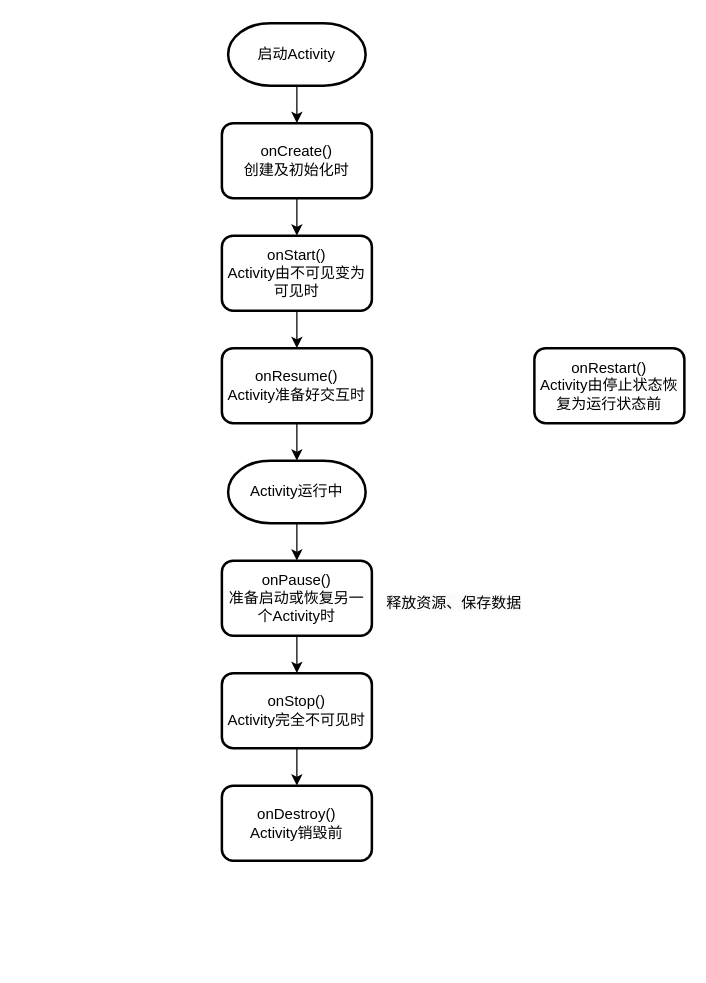
kafmws/pictures keeps this draw.io diagram as notes/Activity生命周期.drawio. Above is the earlier version. Source tidied: cells renumbered, new cells numbered last; positions are measured from the earlier drawing's top-left corner, leaving out a move shared by most shapes. Both pictures are drawn from the tidied source at 125%, with x=0, y=0 at pixel (221, 22).
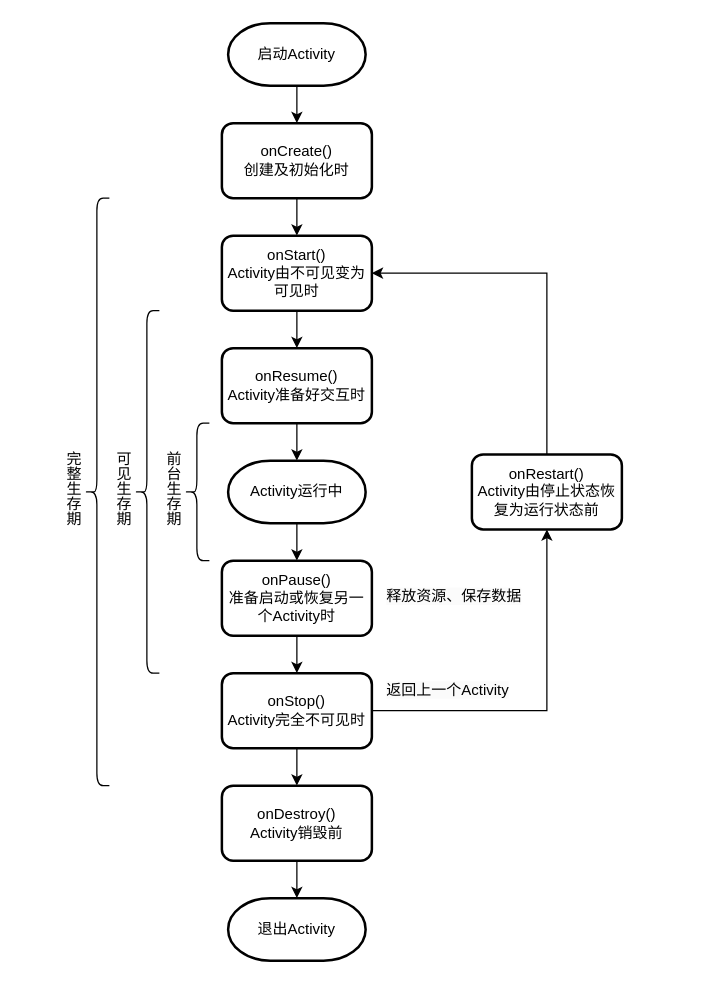
The same diagram, later.

Commit message:
更新Activity生命周期.drawio

Unchanged cells that the change refers to:
```xml
<mxCell id="7" value="onStart()&lt;br&gt;Activity由不可见变为可见时" style="rounded=1;whiteSpace=wrap;html=1;strokeWidth=2;" parent="1" vertex="1">
  <mxGeometry y="170" width="120" height="60" as="geometry" />
</mxCell>
<mxCell id="13" value="onStop()&lt;br&gt;Activity完全不可见时" style="rounded=1;whiteSpace=wrap;html=1;strokeWidth=2;" parent="1" vertex="1">
  <mxGeometry y="520" width="120" height="60" as="geometry" />
</mxCell>
<mxCell id="15" value="onDestroy()&lt;br&gt;Activity销毁前" style="rounded=1;whiteSpace=wrap;html=1;strokeWidth=2;" parent="1" vertex="1">
  <mxGeometry y="610" width="120" height="60" as="geometry" />
</mxCell>
```

The edit, as a diff of the source:
```diff
@@
+    <mxCell id="19" style="edgeStyle=orthogonalEdgeStyle;rounded=0;jettySize=auto;html=1;exitX=1;exitY=0.5;exitDx=0;exitDy=0;entryX=0.5;entryY=1;entryDx=0;entryDy=0;" parent="1" edge="1" source="13" target="16">
+      <mxGeometry relative="1" as="geometry" />
+    </mxCell>
@@
     <mxCell id="14" value="&lt;span style=&quot;color: rgb(0, 0, 0); font-family: Helvetica; font-size: 12px; font-style: normal; font-variant-ligatures: normal; font-variant-caps: normal; font-weight: 400; letter-spacing: normal; orphans: 2; text-align: center; text-indent: 0px; text-transform: none; widows: 2; word-spacing: 0px; -webkit-text-stroke-width: 0px; white-space: normal; background-color: rgb(251, 251, 251); text-decoration-thickness: initial; text-decoration-style: initial; text-decoration-color: initial; display: inline !important; float: none;&quot;&gt;释放资源、保存数据&lt;/span&gt;" style="text;whiteSpace=wrap;html=1;" parent="1" vertex="1">
-      <mxGeometry x="130" y="450" width="140" height="30" as="geometry" />
+      <mxGeometry x="130" y="445" width="140" height="30" as="geometry" />
     </mxCell>
@@
+    <mxCell id="20" style="edgeStyle=orthogonalEdgeStyle;rounded=0;jettySize=auto;html=1;exitX=0.5;exitY=0;exitDx=0;exitDy=0;entryX=1;entryY=0.5;entryDx=0;entryDy=0;" parent="1" edge="1" source="16" target="7">
+      <mxGeometry relative="1" as="geometry" />
+    </mxCell>
     <mxCell id="16" value="onRestart()&lt;br&gt;Activity由停止状态恢复为运行状态前" style="rounded=1;whiteSpace=wrap;html=1;strokeWidth=2;" parent="1" vertex="1">
-      <mxGeometry x="250" y="260" width="120" height="60" as="geometry" />
+      <mxGeometry x="200" y="345" width="120" height="60" as="geometry" />
     </mxCell>
@@
+    <mxCell id="21" value="退出Activity" style="strokeWidth=2;html=1;shape=mxgraph.flowchart.terminator;whiteSpace=wrap;" parent="1" vertex="1">
+      <mxGeometry x="5" y="700" width="110" height="50" as="geometry" />
+    </mxCell>
+    <mxCell id="22" style="edgeStyle=orthogonalEdgeStyle;rounded=0;jettySize=auto;html=1;exitX=0.5;exitY=1;exitDx=0;exitDy=0;entryX=0.5;entryY=0;entryDx=0;entryDy=0;entryPerimeter=0;" parent="1" edge="1" source="15" target="21">
+      <mxGeometry relative="1" as="geometry" />
+    </mxCell>
+    <mxCell id="23" value="可见生存期" style="text;html=1;align=center;verticalAlign=middle;strokeColor=none;fillColor=none;textDirection=vertical-lr;" parent="1" vertex="1">
+      <mxGeometry x="-120" y="370" width="80" height="30" as="geometry" />
+    </mxCell>
+    <mxCell id="24" value="前台生存期" style="text;html=1;align=center;verticalAlign=middle;strokeColor=none;fillColor=none;textDirection=vertical-lr;" parent="1" vertex="1">
+      <mxGeometry x="-80" y="370" width="80" height="30" as="geometry" />
+    </mxCell>
+    <mxCell id="25" style="shape=curlyBracket;whiteSpace=wrap;html=1;rounded=1;flipH=1;labelPosition=right;verticalLabelPosition=middle;align=left;verticalAlign=middle;rotation=-180;" parent="1" vertex="1">
+      <mxGeometry x="-30" y="320" width="20" height="110" as="geometry" />
+    </mxCell>
+    <mxCell id="26" style="shape=curlyBracket;whiteSpace=wrap;html=1;rounded=1;flipH=1;labelPosition=right;verticalLabelPosition=middle;align=left;verticalAlign=middle;rotation=-180;" parent="1" vertex="1">
+      <mxGeometry x="-70" y="230" width="20" height="290" as="geometry" />
+    </mxCell>
+    <mxCell id="27" style="shape=curlyBracket;whiteSpace=wrap;html=1;rounded=1;flipH=1;labelPosition=right;verticalLabelPosition=middle;align=left;verticalAlign=middle;rotation=-180;" parent="1" vertex="1">
+      <mxGeometry x="-110" y="140" width="20" height="470" as="geometry" />
+    </mxCell>
+    <mxCell id="28" value="完整生存期" style="text;html=1;align=center;verticalAlign=middle;strokeColor=none;fillColor=none;textDirection=vertical-lr;" parent="1" vertex="1">
+      <mxGeometry x="-160" y="370" width="80" height="30" as="geometry" />
+    </mxCell>
+    <mxCell id="29" value="&lt;span style=&quot;color: rgb(0, 0, 0); font-family: Helvetica; font-size: 12px; font-style: normal; font-variant-ligatures: normal; font-variant-caps: normal; font-weight: 400; letter-spacing: normal; orphans: 2; text-align: center; text-indent: 0px; text-transform: none; widows: 2; word-spacing: 0px; -webkit-text-stroke-width: 0px; white-space: normal; background-color: rgb(251, 251, 251); text-decoration-thickness: initial; text-decoration-style: initial; text-decoration-color: initial; float: none; display: inline !important;&quot;&gt;返回上一个Activity&lt;/span&gt;" style="text;whiteSpace=wrap;html=1;" parent="1" vertex="1">
+      <mxGeometry x="130" y="520" width="110" height="30" as="geometry" />
+    </mxCell>
```
